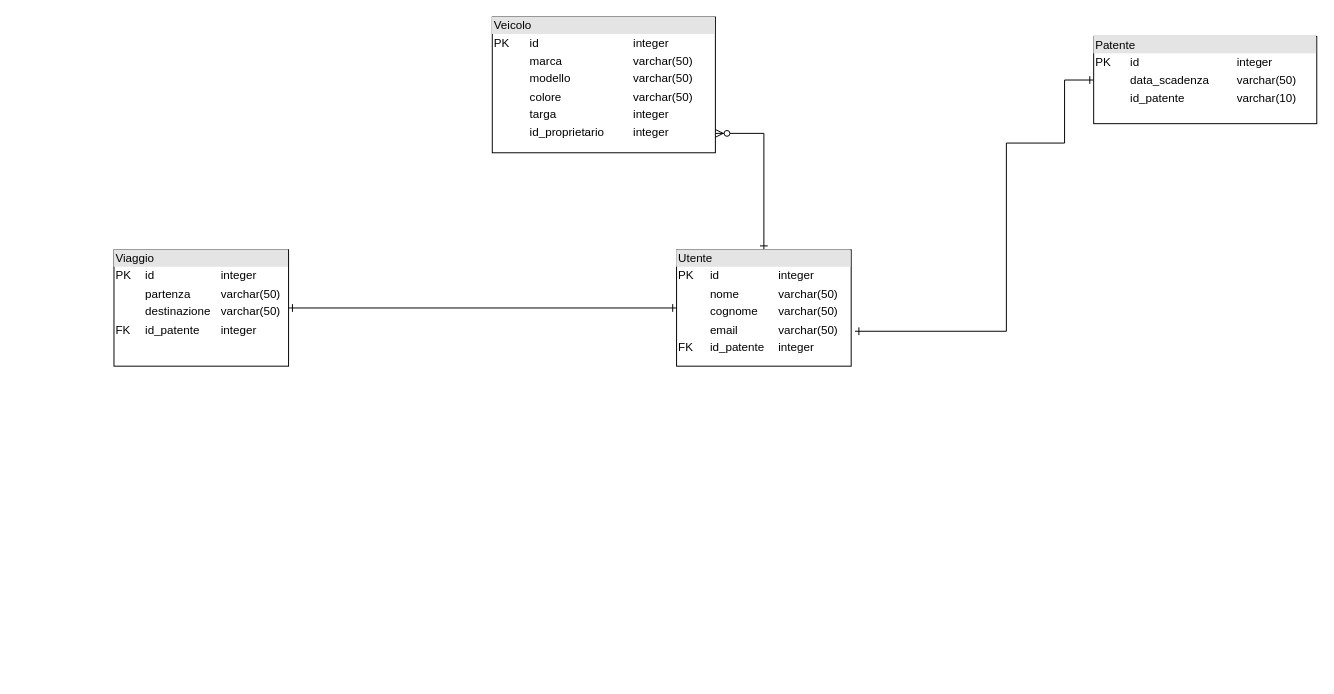
Earlier version of the draw.io diagram Untitled Diagram.drawio (Lor3nzo01/cpp). Source tidied: cells renumbered, new cells numbered last; positions are measured from the earlier drawing's top-left corner, leaving out a move shared by most shapes. Both pictures are drawn from the tidied source at 97%, with x=0, y=0 at pixel (113, 16).
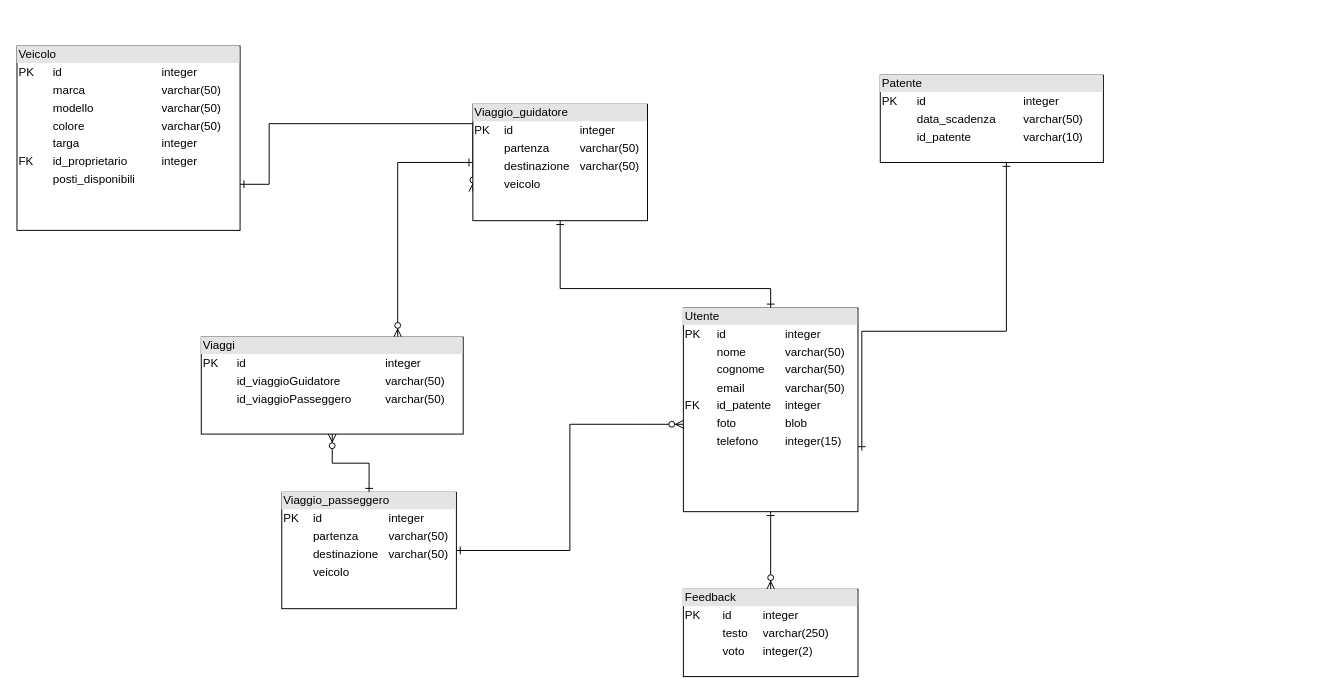
Above is the later version.

Diff of the diagram source:
```diff
@@
     <mxCell id="3" style="edgeStyle=orthogonalEdgeStyle;rounded=0;jettySize=auto;html=1;startArrow=ERone;startFill=0;endArrow=ERone;endFill=0;" parent="1" edge="1" source="5" target="7">
-      <mxGeometry relative="1" as="geometry" />
+      <mxGeometry relative="1" as="geometry">
+        <Array as="points">
+          <mxPoint x="460" y="280" />
+        </Array>
+      </mxGeometry>
     </mxCell>
-    <mxCell id="4" style="edgeStyle=orthogonalEdgeStyle;rounded=0;jettySize=auto;html=1;startArrow=ERone;startFill=0;endArrow=ERzeroToMany;endFill=1;" parent="1" edge="1" source="5" target="6">
-      <mxGeometry relative="1" as="geometry">
-        <Array as="points">
-          <mxPoint x="670" y="120" />
-        </Array>
-      </mxGeometry>
-    </mxCell>
+    <mxCell id="9" style="edgeStyle=orthogonalEdgeStyle;rounded=0;jettySize=auto;html=1;startArrow=ERone;startFill=0;endArrow=ERzeroToMany;endFill=1;" parent="1" edge="1" source="5" target="10">
+      <mxGeometry relative="1" as="geometry" />
+    </mxCell>
-    <mxCell id="5" value="&lt;div style=&quot;box-sizing: border-box ; width: 100% ; background: #e4e4e4 ; padding: 2px&quot;&gt;Utente&lt;br&gt;&lt;/div&gt;&lt;table style=&quot;width: 100% ; font-size: 1em&quot; cellspacing=&quot;0&quot; cellpadding=&quot;2&quot;&gt;&lt;tbody&gt;&lt;tr&gt;&lt;td&gt;PK&lt;/td&gt;&lt;td&gt;&lt;br&gt;&lt;/td&gt;&lt;td&gt;&lt;br&gt;&lt;/td&gt;&lt;td&gt;id&lt;/td&gt;&lt;td&gt;integer&lt;/td&gt;&lt;/tr&gt;&lt;tr&gt;&lt;td&gt;&lt;br&gt;&lt;/td&gt;&lt;td&gt;&lt;br&gt;&lt;/td&gt;&lt;td&gt;&lt;br&gt;&lt;/td&gt;&lt;td&gt;nome&lt;/td&gt;&lt;td&gt;varchar(50)&lt;/td&gt;&lt;/tr&gt;&lt;tr&gt;&lt;td&gt;&lt;br&gt;&lt;/td&gt;&lt;td&gt;&lt;br&gt;&lt;/td&gt;&lt;td&gt;&lt;br&gt;&lt;/td&gt;&lt;td&gt;cognome&lt;br&gt;&lt;/td&gt;&lt;td&gt;varchar(50)&lt;br&gt;&lt;/td&gt;&lt;/tr&gt;&lt;tr&gt;&lt;td&gt;&lt;br&gt;&lt;/td&gt;&lt;td&gt;&lt;br&gt;&lt;/td&gt;&lt;td&gt;&lt;br&gt;&lt;/td&gt;&lt;td&gt;email&lt;br&gt;&lt;/td&gt;&lt;td&gt;varchar(50)&lt;br&gt;&lt;/td&gt;&lt;/tr&gt;&lt;tr&gt;&lt;td&gt;FK&lt;br&gt;&lt;/td&gt;&lt;td&gt;&lt;br&gt;&lt;/td&gt;&lt;td&gt;&lt;br&gt;&lt;/td&gt;&lt;td&gt;id_patente&lt;/td&gt;&lt;td&gt;integer&lt;br&gt;&lt;/td&gt;&lt;/tr&gt;&lt;tr&gt;&lt;td&gt;&lt;br&gt;&lt;/td&gt;&lt;td&gt;&lt;br&gt;&lt;/td&gt;&lt;td&gt;&lt;br&gt;&lt;/td&gt;&lt;td&gt;&lt;br&gt;&lt;/td&gt;&lt;td&gt;&lt;br&gt;&lt;/td&gt;&lt;/tr&gt;&lt;tr&gt;&lt;td&gt;&lt;br&gt;&lt;/td&gt;&lt;td&gt;&lt;br&gt;&lt;/td&gt;&lt;td&gt;&lt;br&gt;&lt;/td&gt;&lt;td&gt;&lt;br&gt;&lt;/td&gt;&lt;td&gt;&lt;br&gt;&lt;/td&gt;&lt;/tr&gt;&lt;tr&gt;&lt;td&gt;&lt;br&gt;&lt;/td&gt;&lt;td&gt;&lt;br&gt;&lt;/td&gt;&lt;td&gt;&lt;br&gt;&lt;/td&gt;&lt;td&gt;&lt;br&gt;&lt;/td&gt;&lt;td&gt;&lt;br&gt;&lt;/td&gt;&lt;/tr&gt;&lt;tr&gt;&lt;td&gt;&lt;br&gt;&lt;/td&gt;&lt;td&gt;&lt;br&gt;&lt;/td&gt;&lt;td&gt;&lt;br&gt;&lt;/td&gt;&lt;td&gt;&lt;br&gt;&lt;/td&gt;&lt;td&gt;&lt;br&gt;&lt;/td&gt;&lt;/tr&gt;&lt;tr&gt;&lt;td&gt;&lt;br&gt;&lt;/td&gt;&lt;td&gt;&lt;br&gt;&lt;/td&gt;&lt;td&gt;&lt;br&gt;&lt;/td&gt;&lt;td&gt;&lt;br&gt;&lt;/td&gt;&lt;td&gt;&lt;br&gt;&lt;/td&gt;&lt;/tr&gt;&lt;tr&gt;&lt;td&gt;&lt;br&gt;&lt;/td&gt;&lt;td&gt;&lt;br&gt;&lt;/td&gt;&lt;td&gt;&lt;br&gt;&lt;/td&gt;&lt;td&gt;&lt;br&gt;&lt;/td&gt;&lt;td&gt;&lt;br&gt;&lt;/td&gt;&lt;/tr&gt;&lt;/tbody&gt;&lt;/table&gt;" style="verticalAlign=top;align=left;overflow=fill;html=1;" parent="1" vertex="1">
-      <mxGeometry x="580" y="240" width="180" height="120" as="geometry" />
+    <mxCell id="5" value="&lt;div style=&quot;box-sizing: border-box ; width: 100% ; background: #e4e4e4 ; padding: 2px&quot;&gt;Utente&lt;br&gt;&lt;/div&gt;&lt;table style=&quot;width: 100% ; font-size: 1em&quot; cellspacing=&quot;0&quot; cellpadding=&quot;2&quot;&gt;&lt;tbody&gt;&lt;tr&gt;&lt;td&gt;PK&lt;/td&gt;&lt;td&gt;&lt;br&gt;&lt;/td&gt;&lt;td&gt;&lt;br&gt;&lt;/td&gt;&lt;td&gt;id&lt;/td&gt;&lt;td&gt;integer&lt;/td&gt;&lt;/tr&gt;&lt;tr&gt;&lt;td&gt;&lt;br&gt;&lt;/td&gt;&lt;td&gt;&lt;br&gt;&lt;/td&gt;&lt;td&gt;&lt;br&gt;&lt;/td&gt;&lt;td&gt;nome&lt;/td&gt;&lt;td&gt;varchar(50)&lt;/td&gt;&lt;/tr&gt;&lt;tr&gt;&lt;td&gt;&lt;br&gt;&lt;/td&gt;&lt;td&gt;&lt;br&gt;&lt;/td&gt;&lt;td&gt;&lt;br&gt;&lt;/td&gt;&lt;td&gt;cognome&lt;br&gt;&lt;/td&gt;&lt;td&gt;varchar(50)&lt;br&gt;&lt;/td&gt;&lt;/tr&gt;&lt;tr&gt;&lt;td&gt;&lt;br&gt;&lt;/td&gt;&lt;td&gt;&lt;br&gt;&lt;/td&gt;&lt;td&gt;&lt;br&gt;&lt;/td&gt;&lt;td&gt;email&lt;br&gt;&lt;/td&gt;&lt;td&gt;varchar(50)&lt;br&gt;&lt;/td&gt;&lt;/tr&gt;&lt;tr&gt;&lt;td&gt;FK&lt;br&gt;&lt;/td&gt;&lt;td&gt;&lt;br&gt;&lt;/td&gt;&lt;td&gt;&lt;br&gt;&lt;/td&gt;&lt;td&gt;id_patente&lt;/td&gt;&lt;td&gt;integer&lt;br&gt;&lt;/td&gt;&lt;/tr&gt;&lt;tr&gt;&lt;td&gt;&lt;br&gt;&lt;/td&gt;&lt;td&gt;&lt;br&gt;&lt;/td&gt;&lt;td&gt;&lt;br&gt;&lt;/td&gt;&lt;td&gt;foto&lt;br&gt;&lt;/td&gt;&lt;td&gt;blob&lt;br&gt;&lt;/td&gt;&lt;/tr&gt;&lt;tr&gt;&lt;td&gt;&lt;br&gt;&lt;/td&gt;&lt;td&gt;&lt;br&gt;&lt;/td&gt;&lt;td&gt;&lt;br&gt;&lt;/td&gt;&lt;td&gt;telefono&lt;br&gt;&lt;/td&gt;&lt;td&gt;integer(15)&lt;br&gt;&lt;/td&gt;&lt;/tr&gt;&lt;tr&gt;&lt;td&gt;&lt;br&gt;&lt;/td&gt;&lt;td&gt;&lt;br&gt;&lt;/td&gt;&lt;td&gt;&lt;br&gt;&lt;/td&gt;&lt;td&gt;&lt;br&gt;&lt;/td&gt;&lt;td&gt;&lt;br&gt;&lt;/td&gt;&lt;/tr&gt;&lt;tr&gt;&lt;td&gt;&lt;br&gt;&lt;/td&gt;&lt;td&gt;&lt;br&gt;&lt;/td&gt;&lt;td&gt;&lt;br&gt;&lt;/td&gt;&lt;td&gt;&lt;br&gt;&lt;/td&gt;&lt;td&gt;&lt;br&gt;&lt;/td&gt;&lt;/tr&gt;&lt;tr&gt;&lt;td&gt;&lt;br&gt;&lt;/td&gt;&lt;td&gt;&lt;br&gt;&lt;/td&gt;&lt;td&gt;&lt;br&gt;&lt;/td&gt;&lt;td&gt;&lt;br&gt;&lt;/td&gt;&lt;td&gt;&lt;br&gt;&lt;/td&gt;&lt;/tr&gt;&lt;tr&gt;&lt;td&gt;&lt;br&gt;&lt;/td&gt;&lt;td&gt;&lt;br&gt;&lt;/td&gt;&lt;td&gt;&lt;br&gt;&lt;/td&gt;&lt;td&gt;&lt;br&gt;&lt;/td&gt;&lt;td&gt;&lt;br&gt;&lt;/td&gt;&lt;/tr&gt;&lt;/tbody&gt;&lt;/table&gt;" style="verticalAlign=top;align=left;overflow=fill;html=1;" parent="1" vertex="1">
+      <mxGeometry x="587" y="300" width="180" height="210" as="geometry" />
     </mxCell>
+    <mxCell id="10" value="&lt;div style=&quot;box-sizing: border-box ; width: 100% ; background: #e4e4e4 ; padding: 2px&quot;&gt;Feedback&lt;br&gt;&lt;/div&gt;&lt;table style=&quot;width: 100% ; font-size: 1em&quot; cellspacing=&quot;0&quot; cellpadding=&quot;2&quot;&gt;&lt;tbody&gt;&lt;tr&gt;&lt;td&gt;PK&lt;/td&gt;&lt;td&gt;&lt;br&gt;&lt;/td&gt;&lt;td&gt;&lt;br&gt;&lt;/td&gt;&lt;td&gt;id&lt;/td&gt;&lt;td&gt;integer&lt;/td&gt;&lt;/tr&gt;&lt;tr&gt;&lt;td&gt;&lt;br&gt;&lt;/td&gt;&lt;td&gt;&lt;br&gt;&lt;/td&gt;&lt;td&gt;&lt;br&gt;&lt;/td&gt;&lt;td&gt;testo&lt;br&gt;&lt;/td&gt;&lt;td&gt;varchar(250)&lt;br&gt;&lt;/td&gt;&lt;/tr&gt;&lt;tr&gt;&lt;td&gt;&lt;br&gt;&lt;/td&gt;&lt;td&gt;&lt;br&gt;&lt;/td&gt;&lt;td&gt;&lt;br&gt;&lt;/td&gt;&lt;td&gt;voto&lt;br&gt;&lt;/td&gt;&lt;td&gt;integer(2)&lt;br&gt;&lt;/td&gt;&lt;/tr&gt;&lt;tr&gt;&lt;td&gt;&lt;br&gt;&lt;/td&gt;&lt;td&gt;&lt;br&gt;&lt;/td&gt;&lt;td&gt;&lt;br&gt;&lt;/td&gt;&lt;td&gt;&lt;br&gt;&lt;/td&gt;&lt;td&gt;&lt;br&gt;&lt;/td&gt;&lt;/tr&gt;&lt;tr&gt;&lt;td&gt;&lt;br&gt;&lt;/td&gt;&lt;td&gt;&lt;br&gt;&lt;/td&gt;&lt;td&gt;&lt;br&gt;&lt;/td&gt;&lt;td&gt;&lt;br&gt;&lt;/td&gt;&lt;td&gt;&lt;br&gt;&lt;/td&gt;&lt;/tr&gt;&lt;tr&gt;&lt;td&gt;&lt;br&gt;&lt;/td&gt;&lt;td&gt;&lt;br&gt;&lt;/td&gt;&lt;td&gt;&lt;br&gt;&lt;/td&gt;&lt;td&gt;&lt;br&gt;&lt;/td&gt;&lt;td&gt;&lt;br&gt;&lt;/td&gt;&lt;/tr&gt;&lt;tr&gt;&lt;td&gt;&lt;br&gt;&lt;/td&gt;&lt;td&gt;&lt;br&gt;&lt;/td&gt;&lt;td&gt;&lt;br&gt;&lt;/td&gt;&lt;td&gt;&lt;br&gt;&lt;/td&gt;&lt;td&gt;&lt;br&gt;&lt;/td&gt;&lt;/tr&gt;&lt;/tbody&gt;&lt;/table&gt;" style="verticalAlign=top;align=left;overflow=fill;html=1;" parent="1" vertex="1">
+      <mxGeometry x="587" y="590" width="180" height="90" as="geometry" />
+    </mxCell>
+    <mxCell id="11" style="edgeStyle=orthogonalEdgeStyle;rounded=0;jettySize=auto;html=1;exitX=1;exitY=0.75;exitDx=0;exitDy=0;entryX=0;entryY=0.75;entryDx=0;entryDy=0;startArrow=ERone;startFill=0;endArrow=ERzeroToMany;endFill=1;" parent="1" edge="1" source="6" target="7">
+      <mxGeometry relative="1" as="geometry">
+        <Array as="points">
+          <mxPoint x="160" y="173" />
+          <mxPoint x="160" y="110" />
+          <mxPoint x="370" y="110" />
+        </Array>
+      </mxGeometry>
+    </mxCell>
-    <mxCell id="6" value="&lt;div style=&quot;box-sizing: border-box ; width: 100% ; background: #e4e4e4 ; padding: 2px&quot;&gt;Veicolo&lt;br&gt;&lt;/div&gt;&lt;table style=&quot;width: 100% ; font-size: 1em&quot; cellspacing=&quot;0&quot; cellpadding=&quot;2&quot;&gt;&lt;tbody&gt;&lt;tr&gt;&lt;td&gt;PK&lt;/td&gt;&lt;td&gt;&lt;br&gt;&lt;/td&gt;&lt;td&gt;&lt;br&gt;&lt;/td&gt;&lt;td&gt;id&lt;/td&gt;&lt;td&gt;integer&lt;/td&gt;&lt;/tr&gt;&lt;tr&gt;&lt;td&gt;&lt;br&gt;&lt;/td&gt;&lt;td&gt;&lt;br&gt;&lt;/td&gt;&lt;td&gt;&lt;br&gt;&lt;/td&gt;&lt;td&gt;marca&lt;/td&gt;&lt;td&gt;varchar(50)&lt;/td&gt;&lt;/tr&gt;&lt;tr&gt;&lt;td&gt;&lt;br&gt;&lt;/td&gt;&lt;td&gt;&lt;br&gt;&lt;/td&gt;&lt;td&gt;&lt;br&gt;&lt;/td&gt;&lt;td&gt;modello&lt;br&gt;&lt;/td&gt;&lt;td&gt;varchar(50)&lt;br&gt;&lt;/td&gt;&lt;/tr&gt;&lt;tr&gt;&lt;td&gt;&lt;br&gt;&lt;/td&gt;&lt;td&gt;&lt;br&gt;&lt;/td&gt;&lt;td&gt;&lt;br&gt;&lt;/td&gt;&lt;td&gt;colore&lt;br&gt;&lt;/td&gt;&lt;td&gt;varchar(50)&lt;br&gt;&lt;/td&gt;&lt;/tr&gt;&lt;tr&gt;&lt;td&gt;&lt;br&gt;&lt;/td&gt;&lt;td&gt;&lt;br&gt;&lt;/td&gt;&lt;td&gt;&lt;br&gt;&lt;/td&gt;&lt;td&gt;targa&lt;/td&gt;&lt;td&gt;integer&lt;br&gt;&lt;/td&gt;&lt;/tr&gt;&lt;tr&gt;&lt;td&gt;&lt;br&gt;&lt;/td&gt;&lt;td&gt;&lt;br&gt;&lt;/td&gt;&lt;td&gt;&lt;br&gt;&lt;/td&gt;&lt;td&gt;id_proprietario&lt;br&gt;&lt;/td&gt;&lt;td&gt;integer&lt;br&gt;&lt;/td&gt;&lt;/tr&gt;&lt;tr&gt;&lt;td&gt;&lt;br&gt;&lt;/td&gt;&lt;td&gt;&lt;br&gt;&lt;/td&gt;&lt;td&gt;&lt;br&gt;&lt;/td&gt;&lt;td&gt;&lt;br&gt;&lt;/td&gt;&lt;td&gt;&lt;br&gt;&lt;/td&gt;&lt;/tr&gt;&lt;tr&gt;&lt;td&gt;&lt;br&gt;&lt;/td&gt;&lt;td&gt;&lt;br&gt;&lt;/td&gt;&lt;td&gt;&lt;br&gt;&lt;/td&gt;&lt;td&gt;&lt;br&gt;&lt;/td&gt;&lt;td&gt;&lt;br&gt;&lt;/td&gt;&lt;/tr&gt;&lt;tr&gt;&lt;td&gt;&lt;br&gt;&lt;/td&gt;&lt;td&gt;&lt;br&gt;&lt;/td&gt;&lt;td&gt;&lt;br&gt;&lt;/td&gt;&lt;td&gt;&lt;br&gt;&lt;/td&gt;&lt;td&gt;&lt;br&gt;&lt;/td&gt;&lt;/tr&gt;&lt;tr&gt;&lt;td&gt;&lt;br&gt;&lt;/td&gt;&lt;td&gt;&lt;br&gt;&lt;/td&gt;&lt;td&gt;&lt;br&gt;&lt;/td&gt;&lt;td&gt;&lt;br&gt;&lt;/td&gt;&lt;td&gt;&lt;br&gt;&lt;/td&gt;&lt;/tr&gt;&lt;tr&gt;&lt;td&gt;&lt;br&gt;&lt;/td&gt;&lt;td&gt;&lt;br&gt;&lt;/td&gt;&lt;td&gt;&lt;br&gt;&lt;/td&gt;&lt;td&gt;&lt;br&gt;&lt;/td&gt;&lt;td&gt;&lt;br&gt;&lt;/td&gt;&lt;/tr&gt;&lt;/tbody&gt;&lt;/table&gt;" style="verticalAlign=top;align=left;overflow=fill;html=1;" parent="1" vertex="1">
-      <mxGeometry x="390" width="230" height="140" as="geometry" />
+    <mxCell id="6" value="&lt;div style=&quot;box-sizing: border-box ; width: 100% ; background: #e4e4e4 ; padding: 2px&quot;&gt;Veicolo&lt;br&gt;&lt;/div&gt;&lt;table style=&quot;width: 100% ; font-size: 1em&quot; cellspacing=&quot;0&quot; cellpadding=&quot;2&quot;&gt;&lt;tbody&gt;&lt;tr&gt;&lt;td&gt;PK&lt;/td&gt;&lt;td&gt;&lt;br&gt;&lt;/td&gt;&lt;td&gt;&lt;br&gt;&lt;/td&gt;&lt;td&gt;id&lt;/td&gt;&lt;td&gt;integer&lt;/td&gt;&lt;/tr&gt;&lt;tr&gt;&lt;td&gt;&lt;br&gt;&lt;/td&gt;&lt;td&gt;&lt;br&gt;&lt;/td&gt;&lt;td&gt;&lt;br&gt;&lt;/td&gt;&lt;td&gt;marca&lt;/td&gt;&lt;td&gt;varchar(50)&lt;/td&gt;&lt;/tr&gt;&lt;tr&gt;&lt;td&gt;&lt;br&gt;&lt;/td&gt;&lt;td&gt;&lt;br&gt;&lt;/td&gt;&lt;td&gt;&lt;br&gt;&lt;/td&gt;&lt;td&gt;modello&lt;br&gt;&lt;/td&gt;&lt;td&gt;varchar(50)&lt;br&gt;&lt;/td&gt;&lt;/tr&gt;&lt;tr&gt;&lt;td&gt;&lt;br&gt;&lt;/td&gt;&lt;td&gt;&lt;br&gt;&lt;/td&gt;&lt;td&gt;&lt;br&gt;&lt;/td&gt;&lt;td&gt;colore&lt;br&gt;&lt;/td&gt;&lt;td&gt;varchar(50)&lt;br&gt;&lt;/td&gt;&lt;/tr&gt;&lt;tr&gt;&lt;td&gt;&lt;br&gt;&lt;/td&gt;&lt;td&gt;&lt;br&gt;&lt;/td&gt;&lt;td&gt;&lt;br&gt;&lt;/td&gt;&lt;td&gt;targa&lt;/td&gt;&lt;td&gt;integer&lt;br&gt;&lt;/td&gt;&lt;/tr&gt;&lt;tr&gt;&lt;td&gt;FK&lt;br&gt;&lt;/td&gt;&lt;td&gt;&lt;br&gt;&lt;/td&gt;&lt;td&gt;&lt;br&gt;&lt;/td&gt;&lt;td&gt;id_proprietario&lt;br&gt;&lt;/td&gt;&lt;td&gt;integer&lt;br&gt;&lt;/td&gt;&lt;/tr&gt;&lt;tr&gt;&lt;td&gt;&lt;br&gt;&lt;/td&gt;&lt;td&gt;&lt;br&gt;&lt;/td&gt;&lt;td&gt;&lt;br&gt;&lt;/td&gt;&lt;td&gt;posti_disponibili&lt;br&gt;&lt;/td&gt;&lt;td&gt;&lt;br&gt;&lt;/td&gt;&lt;/tr&gt;&lt;tr&gt;&lt;td&gt;&lt;br&gt;&lt;/td&gt;&lt;td&gt;&lt;br&gt;&lt;/td&gt;&lt;td&gt;&lt;br&gt;&lt;/td&gt;&lt;td&gt;&lt;br&gt;&lt;/td&gt;&lt;td&gt;&lt;br&gt;&lt;/td&gt;&lt;/tr&gt;&lt;tr&gt;&lt;td&gt;&lt;br&gt;&lt;/td&gt;&lt;td&gt;&lt;br&gt;&lt;/td&gt;&lt;td&gt;&lt;br&gt;&lt;/td&gt;&lt;td&gt;&lt;br&gt;&lt;/td&gt;&lt;td&gt;&lt;br&gt;&lt;/td&gt;&lt;/tr&gt;&lt;tr&gt;&lt;td&gt;&lt;br&gt;&lt;/td&gt;&lt;td&gt;&lt;br&gt;&lt;/td&gt;&lt;td&gt;&lt;br&gt;&lt;/td&gt;&lt;td&gt;&lt;br&gt;&lt;/td&gt;&lt;td&gt;&lt;br&gt;&lt;/td&gt;&lt;/tr&gt;&lt;tr&gt;&lt;td&gt;&lt;br&gt;&lt;/td&gt;&lt;td&gt;&lt;br&gt;&lt;/td&gt;&lt;td&gt;&lt;br&gt;&lt;/td&gt;&lt;td&gt;&lt;br&gt;&lt;/td&gt;&lt;td&gt;&lt;br&gt;&lt;/td&gt;&lt;/tr&gt;&lt;/tbody&gt;&lt;/table&gt;" style="verticalAlign=top;align=left;overflow=fill;html=1;" parent="1" vertex="1">
+      <mxGeometry x="-100" y="30" width="230" height="190" as="geometry" />
     </mxCell>
+    <mxCell id="12" style="edgeStyle=orthogonalEdgeStyle;rounded=0;jettySize=auto;html=1;startArrow=ERone;startFill=0;endArrow=ERzeroToMany;endFill=1;entryX=0.75;entryY=0;entryDx=0;entryDy=0;" parent="1" edge="1" source="7" target="16">
+      <mxGeometry relative="1" as="geometry" />
+    </mxCell>
-    <mxCell id="7" value="&lt;div style=&quot;box-sizing: border-box ; width: 100% ; background: #e4e4e4 ; padding: 2px&quot;&gt;Viaggio&lt;br&gt;&lt;/div&gt;&lt;table style=&quot;width: 100% ; font-size: 1em&quot; cellspacing=&quot;0&quot; cellpadding=&quot;2&quot;&gt;&lt;tbody&gt;&lt;tr&gt;&lt;td&gt;PK&lt;/td&gt;&lt;td&gt;&lt;br&gt;&lt;/td&gt;&lt;td&gt;&lt;br&gt;&lt;/td&gt;&lt;td&gt;id&lt;/td&gt;&lt;td&gt;integer&lt;/td&gt;&lt;/tr&gt;&lt;tr&gt;&lt;td&gt;&lt;br&gt;&lt;/td&gt;&lt;td&gt;&lt;br&gt;&lt;/td&gt;&lt;td&gt;&lt;br&gt;&lt;/td&gt;&lt;td&gt;partenza&lt;/td&gt;&lt;td&gt;varchar(50)&lt;/td&gt;&lt;/tr&gt;&lt;tr&gt;&lt;td&gt;&lt;br&gt;&lt;/td&gt;&lt;td&gt;&lt;br&gt;&lt;/td&gt;&lt;td&gt;&lt;br&gt;&lt;/td&gt;&lt;td&gt;destinazione&lt;br&gt;&lt;/td&gt;&lt;td&gt;varchar(50)&lt;br&gt;&lt;/td&gt;&lt;/tr&gt;&lt;tr&gt;&lt;td&gt;FK&lt;br&gt;&lt;/td&gt;&lt;td&gt;&lt;br&gt;&lt;/td&gt;&lt;td&gt;&lt;br&gt;&lt;/td&gt;&lt;td&gt;id_patente&lt;/td&gt;&lt;td&gt;integer&lt;br&gt;&lt;/td&gt;&lt;/tr&gt;&lt;tr&gt;&lt;td&gt;&lt;br&gt;&lt;/td&gt;&lt;td&gt;&lt;br&gt;&lt;/td&gt;&lt;td&gt;&lt;br&gt;&lt;/td&gt;&lt;td&gt;&lt;br&gt;&lt;/td&gt;&lt;td&gt;&lt;br&gt;&lt;/td&gt;&lt;/tr&gt;&lt;tr&gt;&lt;td&gt;&lt;br&gt;&lt;/td&gt;&lt;td&gt;&lt;br&gt;&lt;/td&gt;&lt;td&gt;&lt;br&gt;&lt;/td&gt;&lt;td&gt;&lt;br&gt;&lt;/td&gt;&lt;td&gt;&lt;br&gt;&lt;/td&gt;&lt;/tr&gt;&lt;tr&gt;&lt;td&gt;&lt;br&gt;&lt;/td&gt;&lt;td&gt;&lt;br&gt;&lt;/td&gt;&lt;td&gt;&lt;br&gt;&lt;/td&gt;&lt;td&gt;&lt;br&gt;&lt;/td&gt;&lt;td&gt;&lt;br&gt;&lt;/td&gt;&lt;/tr&gt;&lt;tr&gt;&lt;td&gt;&lt;br&gt;&lt;/td&gt;&lt;td&gt;&lt;br&gt;&lt;/td&gt;&lt;td&gt;&lt;br&gt;&lt;/td&gt;&lt;td&gt;&lt;br&gt;&lt;/td&gt;&lt;td&gt;&lt;br&gt;&lt;/td&gt;&lt;/tr&gt;&lt;tr&gt;&lt;td&gt;&lt;br&gt;&lt;/td&gt;&lt;td&gt;&lt;br&gt;&lt;/td&gt;&lt;td&gt;&lt;br&gt;&lt;/td&gt;&lt;td&gt;&lt;br&gt;&lt;/td&gt;&lt;td&gt;&lt;br&gt;&lt;/td&gt;&lt;/tr&gt;&lt;tr&gt;&lt;td&gt;&lt;br&gt;&lt;/td&gt;&lt;td&gt;&lt;br&gt;&lt;/td&gt;&lt;td&gt;&lt;br&gt;&lt;/td&gt;&lt;td&gt;&lt;br&gt;&lt;/td&gt;&lt;td&gt;&lt;br&gt;&lt;/td&gt;&lt;/tr&gt;&lt;/tbody&gt;&lt;/table&gt;" style="verticalAlign=top;align=left;overflow=fill;html=1;" parent="1" vertex="1">
-      <mxGeometry y="240" width="180" height="120" as="geometry" />
+    <mxCell id="7" value="&lt;div style=&quot;box-sizing: border-box ; width: 100% ; background: #e4e4e4 ; padding: 2px&quot;&gt;Viaggio_guidatore&lt;br&gt;&lt;/div&gt;&lt;table style=&quot;width: 100% ; font-size: 1em&quot; cellspacing=&quot;0&quot; cellpadding=&quot;2&quot;&gt;&lt;tbody&gt;&lt;tr&gt;&lt;td&gt;PK&lt;/td&gt;&lt;td&gt;&lt;br&gt;&lt;/td&gt;&lt;td&gt;&lt;br&gt;&lt;/td&gt;&lt;td&gt;id&lt;/td&gt;&lt;td&gt;integer&lt;/td&gt;&lt;/tr&gt;&lt;tr&gt;&lt;td&gt;&lt;br&gt;&lt;/td&gt;&lt;td&gt;&lt;br&gt;&lt;/td&gt;&lt;td&gt;&lt;br&gt;&lt;/td&gt;&lt;td&gt;partenza&lt;/td&gt;&lt;td&gt;varchar(50)&lt;/td&gt;&lt;/tr&gt;&lt;tr&gt;&lt;td&gt;&lt;br&gt;&lt;/td&gt;&lt;td&gt;&lt;br&gt;&lt;/td&gt;&lt;td&gt;&lt;br&gt;&lt;/td&gt;&lt;td&gt;destinazione&lt;br&gt;&lt;/td&gt;&lt;td&gt;varchar(50)&lt;br&gt;&lt;/td&gt;&lt;/tr&gt;&lt;tr&gt;&lt;td&gt;&lt;br&gt;&lt;/td&gt;&lt;td&gt;&lt;br&gt;&lt;/td&gt;&lt;td&gt;&lt;br&gt;&lt;/td&gt;&lt;td&gt;veicolo&lt;br&gt;&lt;/td&gt;&lt;td&gt;&lt;br&gt;&lt;/td&gt;&lt;/tr&gt;&lt;tr&gt;&lt;td&gt;&lt;br&gt;&lt;/td&gt;&lt;td&gt;&lt;br&gt;&lt;/td&gt;&lt;td&gt;&lt;br&gt;&lt;/td&gt;&lt;td&gt;&lt;br&gt;&lt;/td&gt;&lt;td&gt;&lt;br&gt;&lt;/td&gt;&lt;/tr&gt;&lt;tr&gt;&lt;td&gt;&lt;br&gt;&lt;/td&gt;&lt;td&gt;&lt;br&gt;&lt;/td&gt;&lt;td&gt;&lt;br&gt;&lt;/td&gt;&lt;td&gt;&lt;br&gt;&lt;/td&gt;&lt;td&gt;&lt;br&gt;&lt;/td&gt;&lt;/tr&gt;&lt;tr&gt;&lt;td&gt;&lt;br&gt;&lt;/td&gt;&lt;td&gt;&lt;br&gt;&lt;/td&gt;&lt;td&gt;&lt;br&gt;&lt;/td&gt;&lt;td&gt;&lt;br&gt;&lt;/td&gt;&lt;td&gt;&lt;br&gt;&lt;/td&gt;&lt;/tr&gt;&lt;tr&gt;&lt;td&gt;&lt;br&gt;&lt;/td&gt;&lt;td&gt;&lt;br&gt;&lt;/td&gt;&lt;td&gt;&lt;br&gt;&lt;/td&gt;&lt;td&gt;&lt;br&gt;&lt;/td&gt;&lt;td&gt;&lt;br&gt;&lt;/td&gt;&lt;/tr&gt;&lt;tr&gt;&lt;td&gt;&lt;br&gt;&lt;/td&gt;&lt;td&gt;&lt;br&gt;&lt;/td&gt;&lt;td&gt;&lt;br&gt;&lt;/td&gt;&lt;td&gt;&lt;br&gt;&lt;/td&gt;&lt;td&gt;&lt;br&gt;&lt;/td&gt;&lt;/tr&gt;&lt;/tbody&gt;&lt;/table&gt;" style="verticalAlign=top;align=left;overflow=fill;html=1;" parent="1" vertex="1">
+      <mxGeometry x="370" y="90" width="180" height="120" as="geometry" />
     </mxCell>
+    <mxCell id="13" style="edgeStyle=orthogonalEdgeStyle;rounded=0;jettySize=auto;html=1;entryX=0;entryY=0.571;entryDx=0;entryDy=0;entryPerimeter=0;startArrow=ERone;startFill=0;endArrow=ERzeroToMany;endFill=1;" parent="1" edge="1" source="15" target="5">
+      <mxGeometry relative="1" as="geometry" />
+    </mxCell>
+    <mxCell id="14" style="edgeStyle=orthogonalEdgeStyle;rounded=0;jettySize=auto;html=1;startArrow=ERone;startFill=0;endArrow=ERzeroToMany;endFill=1;" parent="1" edge="1" source="15" target="16">
+      <mxGeometry relative="1" as="geometry" />
+    </mxCell>
+    <mxCell id="15" value="&lt;div style=&quot;box-sizing: border-box ; width: 100% ; background: #e4e4e4 ; padding: 2px&quot;&gt;Viaggio_passeggero&lt;/div&gt;&lt;table style=&quot;width: 100% ; font-size: 1em&quot; cellspacing=&quot;0&quot; cellpadding=&quot;2&quot;&gt;&lt;tbody&gt;&lt;tr&gt;&lt;td&gt;PK&lt;/td&gt;&lt;td&gt;&lt;br&gt;&lt;/td&gt;&lt;td&gt;&lt;br&gt;&lt;/td&gt;&lt;td&gt;id&lt;/td&gt;&lt;td&gt;integer&lt;/td&gt;&lt;/tr&gt;&lt;tr&gt;&lt;td&gt;&lt;br&gt;&lt;/td&gt;&lt;td&gt;&lt;br&gt;&lt;/td&gt;&lt;td&gt;&lt;br&gt;&lt;/td&gt;&lt;td&gt;partenza&lt;/td&gt;&lt;td&gt;varchar(50)&lt;/td&gt;&lt;/tr&gt;&lt;tr&gt;&lt;td&gt;&lt;br&gt;&lt;/td&gt;&lt;td&gt;&lt;br&gt;&lt;/td&gt;&lt;td&gt;&lt;br&gt;&lt;/td&gt;&lt;td&gt;destinazione&lt;br&gt;&lt;/td&gt;&lt;td&gt;varchar(50)&lt;br&gt;&lt;/td&gt;&lt;/tr&gt;&lt;tr&gt;&lt;td&gt;&lt;br&gt;&lt;/td&gt;&lt;td&gt;&lt;br&gt;&lt;/td&gt;&lt;td&gt;&lt;br&gt;&lt;/td&gt;&lt;td&gt;veicolo&lt;br&gt;&lt;/td&gt;&lt;td&gt;&lt;br&gt;&lt;/td&gt;&lt;/tr&gt;&lt;tr&gt;&lt;td&gt;&lt;br&gt;&lt;/td&gt;&lt;td&gt;&lt;br&gt;&lt;/td&gt;&lt;td&gt;&lt;br&gt;&lt;/td&gt;&lt;td&gt;&lt;br&gt;&lt;/td&gt;&lt;td&gt;&lt;br&gt;&lt;/td&gt;&lt;/tr&gt;&lt;tr&gt;&lt;td&gt;&lt;br&gt;&lt;/td&gt;&lt;td&gt;&lt;br&gt;&lt;/td&gt;&lt;td&gt;&lt;br&gt;&lt;/td&gt;&lt;td&gt;&lt;br&gt;&lt;/td&gt;&lt;td&gt;&lt;br&gt;&lt;/td&gt;&lt;/tr&gt;&lt;tr&gt;&lt;td&gt;&lt;br&gt;&lt;/td&gt;&lt;td&gt;&lt;br&gt;&lt;/td&gt;&lt;td&gt;&lt;br&gt;&lt;/td&gt;&lt;td&gt;&lt;br&gt;&lt;/td&gt;&lt;td&gt;&lt;br&gt;&lt;/td&gt;&lt;/tr&gt;&lt;tr&gt;&lt;td&gt;&lt;br&gt;&lt;/td&gt;&lt;td&gt;&lt;br&gt;&lt;/td&gt;&lt;td&gt;&lt;br&gt;&lt;/td&gt;&lt;td&gt;&lt;br&gt;&lt;/td&gt;&lt;td&gt;&lt;br&gt;&lt;/td&gt;&lt;/tr&gt;&lt;tr&gt;&lt;td&gt;&lt;br&gt;&lt;/td&gt;&lt;td&gt;&lt;br&gt;&lt;/td&gt;&lt;td&gt;&lt;br&gt;&lt;/td&gt;&lt;td&gt;&lt;br&gt;&lt;/td&gt;&lt;td&gt;&lt;br&gt;&lt;/td&gt;&lt;/tr&gt;&lt;/tbody&gt;&lt;/table&gt;" style="verticalAlign=top;align=left;overflow=fill;html=1;" parent="1" vertex="1">
+      <mxGeometry x="173" y="490" width="180" height="120" as="geometry" />
+    </mxCell>
+    <mxCell id="16" value="&lt;div style=&quot;box-sizing: border-box ; width: 100% ; background: #e4e4e4 ; padding: 2px&quot;&gt;Viaggi&lt;/div&gt;&lt;table style=&quot;width: 100% ; font-size: 1em&quot; cellspacing=&quot;0&quot; cellpadding=&quot;2&quot;&gt;&lt;tbody&gt;&lt;tr&gt;&lt;td&gt;PK&lt;/td&gt;&lt;td&gt;&lt;br&gt;&lt;/td&gt;&lt;td&gt;&lt;br&gt;&lt;/td&gt;&lt;td&gt;id&lt;/td&gt;&lt;td&gt;integer&lt;/td&gt;&lt;/tr&gt;&lt;tr&gt;&lt;td&gt;&lt;br&gt;&lt;/td&gt;&lt;td&gt;&lt;br&gt;&lt;/td&gt;&lt;td&gt;&lt;br&gt;&lt;/td&gt;&lt;td&gt;id_viaggioGuidatore&lt;/td&gt;&lt;td&gt;varchar(50)&lt;/td&gt;&lt;/tr&gt;&lt;tr&gt;&lt;td&gt;&lt;br&gt;&lt;/td&gt;&lt;td&gt;&lt;br&gt;&lt;/td&gt;&lt;td&gt;&lt;br&gt;&lt;/td&gt;&lt;td&gt;id_viaggioPasseggero&lt;br&gt;&lt;/td&gt;&lt;td&gt;varchar(50)&lt;br&gt;&lt;/td&gt;&lt;/tr&gt;&lt;tr&gt;&lt;td&gt;&lt;br&gt;&lt;/td&gt;&lt;td&gt;&lt;br&gt;&lt;/td&gt;&lt;td&gt;&lt;br&gt;&lt;/td&gt;&lt;td&gt;&lt;br&gt;&lt;/td&gt;&lt;td&gt;&lt;br&gt;&lt;/td&gt;&lt;/tr&gt;&lt;tr&gt;&lt;td&gt;&lt;br&gt;&lt;/td&gt;&lt;td&gt;&lt;br&gt;&lt;/td&gt;&lt;td&gt;&lt;br&gt;&lt;/td&gt;&lt;td&gt;&lt;br&gt;&lt;/td&gt;&lt;td&gt;&lt;br&gt;&lt;/td&gt;&lt;/tr&gt;&lt;tr&gt;&lt;td&gt;&lt;br&gt;&lt;/td&gt;&lt;td&gt;&lt;br&gt;&lt;/td&gt;&lt;td&gt;&lt;br&gt;&lt;/td&gt;&lt;td&gt;&lt;br&gt;&lt;/td&gt;&lt;td&gt;&lt;br&gt;&lt;/td&gt;&lt;/tr&gt;&lt;tr&gt;&lt;td&gt;&lt;br&gt;&lt;/td&gt;&lt;td&gt;&lt;br&gt;&lt;/td&gt;&lt;td&gt;&lt;br&gt;&lt;/td&gt;&lt;td&gt;&lt;br&gt;&lt;/td&gt;&lt;td&gt;&lt;br&gt;&lt;/td&gt;&lt;/tr&gt;&lt;tr&gt;&lt;td&gt;&lt;br&gt;&lt;/td&gt;&lt;td&gt;&lt;br&gt;&lt;/td&gt;&lt;td&gt;&lt;br&gt;&lt;/td&gt;&lt;td&gt;&lt;br&gt;&lt;/td&gt;&lt;td&gt;&lt;br&gt;&lt;/td&gt;&lt;/tr&gt;&lt;/tbody&gt;&lt;/table&gt;" style="verticalAlign=top;align=left;overflow=fill;html=1;" parent="1" vertex="1">
+      <mxGeometry x="90" y="330" width="270" height="100" as="geometry" />
+    </mxCell>
     <mxCell id="8" value="&lt;div style=&quot;box-sizing: border-box ; width: 100% ; background: #e4e4e4 ; padding: 2px&quot;&gt;Patente&lt;br&gt;&lt;/div&gt;&lt;table style=&quot;width: 100% ; font-size: 1em&quot; cellspacing=&quot;0&quot; cellpadding=&quot;2&quot;&gt;&lt;tbody&gt;&lt;tr&gt;&lt;td&gt;PK&lt;/td&gt;&lt;td&gt;&lt;br&gt;&lt;/td&gt;&lt;td&gt;&lt;br&gt;&lt;/td&gt;&lt;td&gt;id&lt;/td&gt;&lt;td&gt;integer&lt;/td&gt;&lt;/tr&gt;&lt;tr&gt;&lt;td&gt;&lt;br&gt;&lt;/td&gt;&lt;td&gt;&lt;br&gt;&lt;/td&gt;&lt;td&gt;&lt;br&gt;&lt;/td&gt;&lt;td&gt;data_scadenza&lt;/td&gt;&lt;td&gt;varchar(50)&lt;/td&gt;&lt;/tr&gt;&lt;tr&gt;&lt;td&gt;&lt;br&gt;&lt;/td&gt;&lt;td&gt;&lt;br&gt;&lt;/td&gt;&lt;td&gt;&lt;br&gt;&lt;/td&gt;&lt;td&gt;id_patente&lt;br&gt;&lt;/td&gt;&lt;td&gt;varchar(10)&lt;/td&gt;&lt;/tr&gt;&lt;tr&gt;&lt;td&gt;&lt;br&gt;&lt;/td&gt;&lt;td&gt;&lt;br&gt;&lt;/td&gt;&lt;td&gt;&lt;br&gt;&lt;/td&gt;&lt;td&gt;&lt;br&gt;&lt;/td&gt;&lt;td&gt;&lt;br&gt;&lt;/td&gt;&lt;/tr&gt;&lt;tr&gt;&lt;td&gt;&lt;br&gt;&lt;/td&gt;&lt;td&gt;&lt;br&gt;&lt;/td&gt;&lt;td&gt;&lt;br&gt;&lt;/td&gt;&lt;td&gt;&lt;br&gt;&lt;/td&gt;&lt;td&gt;&lt;br&gt;&lt;/td&gt;&lt;/tr&gt;&lt;tr&gt;&lt;td&gt;&lt;br&gt;&lt;/td&gt;&lt;td&gt;&lt;br&gt;&lt;/td&gt;&lt;td&gt;&lt;br&gt;&lt;/td&gt;&lt;td&gt;&lt;br&gt;&lt;/td&gt;&lt;td&gt;&lt;br&gt;&lt;/td&gt;&lt;/tr&gt;&lt;tr&gt;&lt;td&gt;&lt;br&gt;&lt;/td&gt;&lt;td&gt;&lt;br&gt;&lt;/td&gt;&lt;td&gt;&lt;br&gt;&lt;/td&gt;&lt;td&gt;&lt;br&gt;&lt;/td&gt;&lt;td&gt;&lt;br&gt;&lt;/td&gt;&lt;/tr&gt;&lt;tr&gt;&lt;td&gt;&lt;br&gt;&lt;/td&gt;&lt;td&gt;&lt;br&gt;&lt;/td&gt;&lt;td&gt;&lt;br&gt;&lt;/td&gt;&lt;td&gt;&lt;br&gt;&lt;/td&gt;&lt;td&gt;&lt;br&gt;&lt;/td&gt;&lt;/tr&gt;&lt;tr&gt;&lt;td&gt;&lt;br&gt;&lt;/td&gt;&lt;td&gt;&lt;br&gt;&lt;/td&gt;&lt;td&gt;&lt;br&gt;&lt;/td&gt;&lt;td&gt;&lt;br&gt;&lt;/td&gt;&lt;td&gt;&lt;br&gt;&lt;/td&gt;&lt;/tr&gt;&lt;/tbody&gt;&lt;/table&gt;" style="verticalAlign=top;align=left;overflow=fill;html=1;" parent="1" vertex="1">
-      <mxGeometry x="1010" y="20" width="230" height="90" as="geometry" />
+      <mxGeometry x="790" y="60" width="230" height="90" as="geometry" />
     </mxCell>
```
